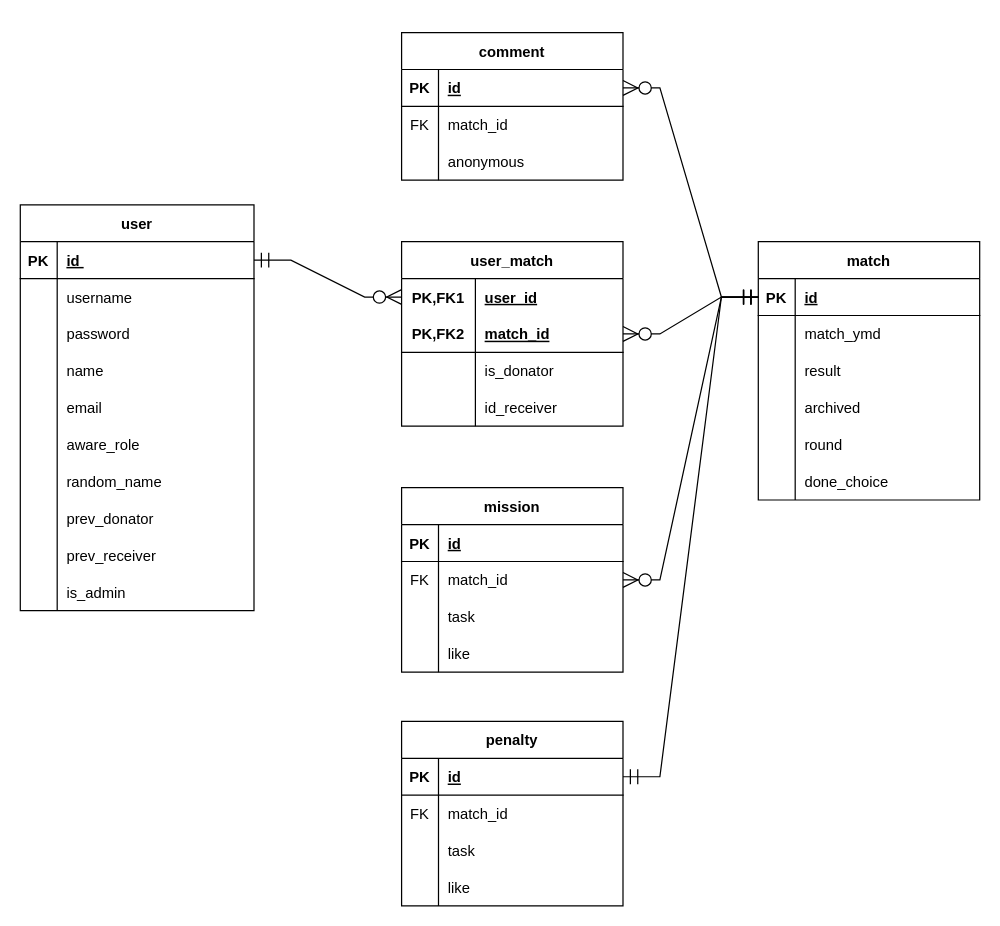
This is src/main/resources/schema.drawio from kwan9069/manitto, a draw.io file, before an edit. Source tidied: cells renumbered, new cells numbered last; positions are measured from the earlier drawing's top-left corner, leaving out a move shared by most shapes. Both pictures are drawn from the tidied source at 123%, with x=0, y=0 at pixel (20, 32).
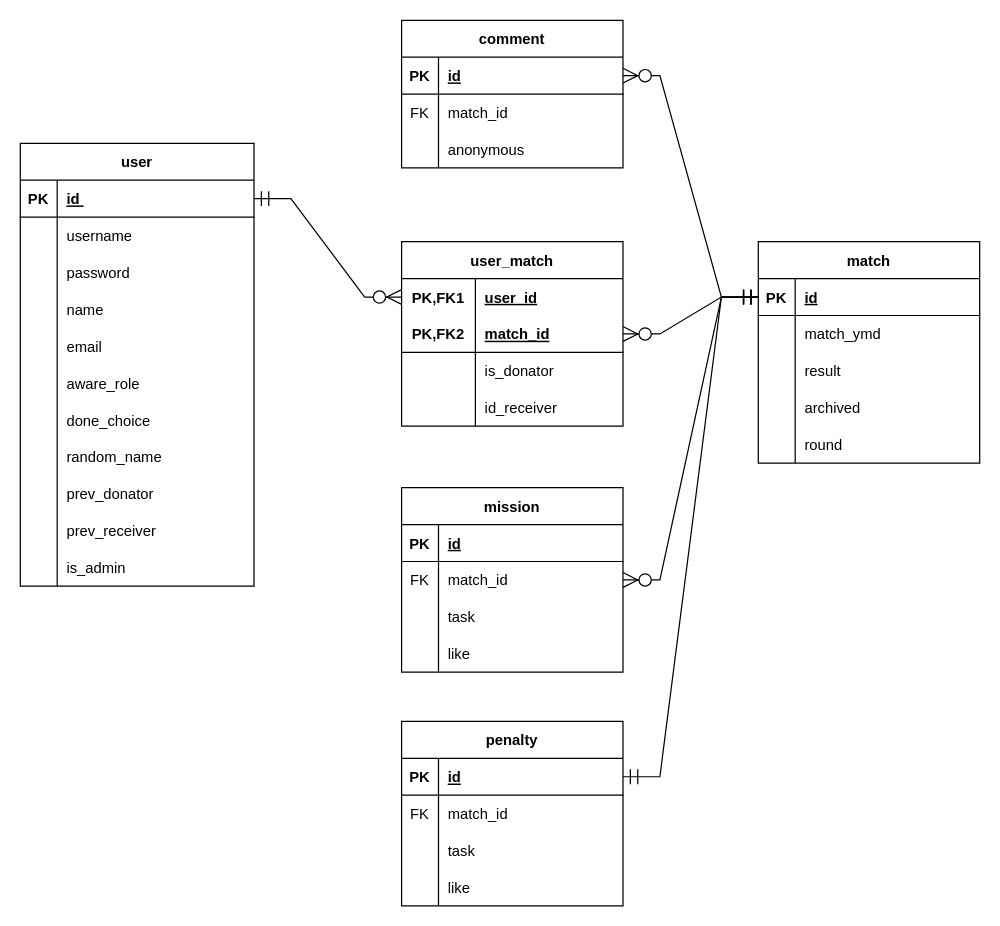
After the change.

Commit message:
Construct ER Diagram

The edit, as a diff of the source:
```diff
@@
     <mxCell id="2" value="user" style="shape=table;startSize=30;childLayout=tableLayout;rowLines=0;fontStyle=1;align=center;" parent="1" vertex="1">
-      <mxGeometry y="140" width="190" height="330" as="geometry" />
+      <mxGeometry y="90" width="190" height="360" as="geometry" />
     </mxCell>
@@
+    <mxCell id="106" style="shape=tableRow;horizontal=0;startSize=0;swimlaneHead=0;swimlaneBody=0;fillColor=none;top=0;left=0;right=0;bottom=0;" parent="2" vertex="1">
+      <mxGeometry y="210" width="190" height="30" as="geometry" />
+    </mxCell>
+    <mxCell id="50" style="shape=partialRectangle;fillColor=none;top=0;left=0;bottom=0;right=0;overflow=hidden;" parent="106" vertex="1">
+      <mxGeometry width="30" height="30" as="geometry" />
+    </mxCell>
+    <mxCell id="51" value="done_choice" style="shape=partialRectangle;fillColor=none;top=0;left=0;bottom=0;right=0;align=left;spacingLeft=6;overflow=hidden;" parent="106" vertex="1">
+      <mxGeometry x="30" width="160" height="30" as="geometry" />
+    </mxCell>
     <mxCell id="21" style="shape=tableRow;horizontal=0;startSize=0;swimlaneHead=0;swimlaneBody=0;fillColor=none;top=0;left=0;right=0;bottom=0;" parent="2" vertex="1">
-      <mxGeometry y="210" width="190" height="30" as="geometry" />
+      <mxGeometry y="240" width="190" height="30" as="geometry" />
     </mxCell>
@@
     <mxCell id="24" style="shape=tableRow;horizontal=0;startSize=0;swimlaneHead=0;swimlaneBody=0;fillColor=none;top=0;left=0;right=0;bottom=0;" parent="2" vertex="1">
-      <mxGeometry y="240" width="190" height="30" as="geometry" />
+      <mxGeometry y="270" width="190" height="30" as="geometry" />
     </mxCell>
@@
     <mxCell id="27" style="shape=tableRow;horizontal=0;startSize=0;swimlaneHead=0;swimlaneBody=0;fillColor=none;top=0;left=0;right=0;bottom=0;" parent="2" vertex="1">
-      <mxGeometry y="270" width="190" height="30" as="geometry" />
+      <mxGeometry y="300" width="190" height="30" as="geometry" />
     </mxCell>
@@
     <mxCell id="30" style="shape=tableRow;horizontal=0;startSize=0;swimlaneHead=0;swimlaneBody=0;fillColor=none;top=0;left=0;right=0;bottom=0;" parent="2" vertex="1">
-      <mxGeometry y="300" width="190" height="30" as="geometry" />
+      <mxGeometry y="330" width="190" height="30" as="geometry" />
     </mxCell>
@@
     <mxCell id="33" value="match" style="shape=table;startSize=30;childLayout=tableLayout;rowLines=0;fontStyle=1;align=center;" parent="1" vertex="1">
-      <mxGeometry x="600" y="170" width="180" height="210" as="geometry" />
+      <mxGeometry x="600" y="170" width="180" height="180" as="geometry" />
     </mxCell>
@@
-    <mxCell id="49" style="shape=tableRow;horizontal=0;startSize=0;swimlaneHead=0;swimlaneBody=0;fillColor=none;top=0;left=0;right=0;bottom=0;" parent="33" vertex="1">
-      <mxGeometry y="180" width="180" height="30" as="geometry" />
-    </mxCell>
-    <mxCell id="50" style="shape=partialRectangle;fillColor=none;top=0;left=0;bottom=0;right=0;overflow=hidden;" parent="49" vertex="1">
-      <mxGeometry width="30" height="30" as="geometry" />
-    </mxCell>
-    <mxCell id="51" value="done_choice" style="shape=partialRectangle;fillColor=none;top=0;left=0;bottom=0;right=0;align=left;spacingLeft=6;overflow=hidden;" parent="49" vertex="1">
-      <mxGeometry x="30" width="150" height="30" as="geometry" />
-    </mxCell>
@@
     <mxCell id="94" value="comment" style="shape=table;startSize=30;childLayout=tableLayout;rowLines=0;fontStyle=1;align=center;" parent="1" vertex="1">
-      <mxGeometry x="310" width="180" height="120" as="geometry" />
+      <mxGeometry x="310" y="-10" width="180" height="120" as="geometry" />
     </mxCell>
```
